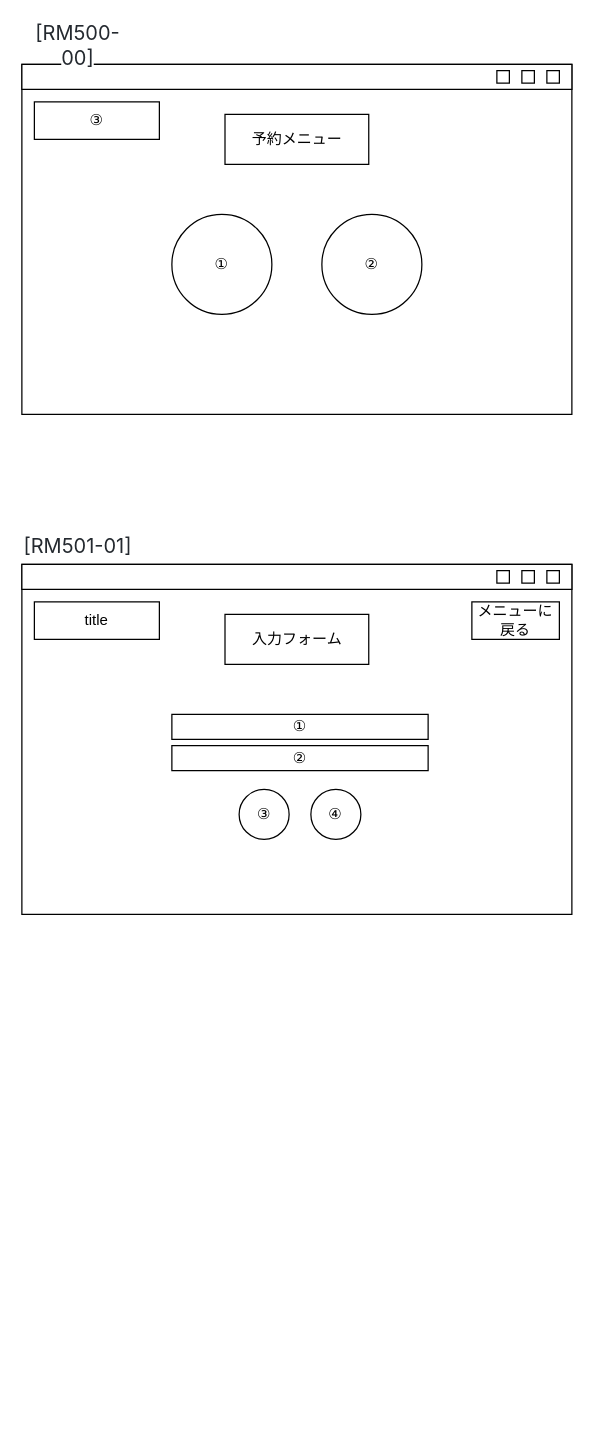
Earlier version of the draw.io diagram Documents/20_外部設計/22_画面レイアウト設計/画面レイアウト設計書/drawio/RM.dwaio.drawio (charlie24403/Librarians). Source tidied: cells renumbered, new cells numbered last; positions are measured from the earlier drawing's top-left corner, leaving out a move shared by most shapes. Both pictures are drawn from the tidied source at 125%, with x=0, y=0 at pixel (21, 26).
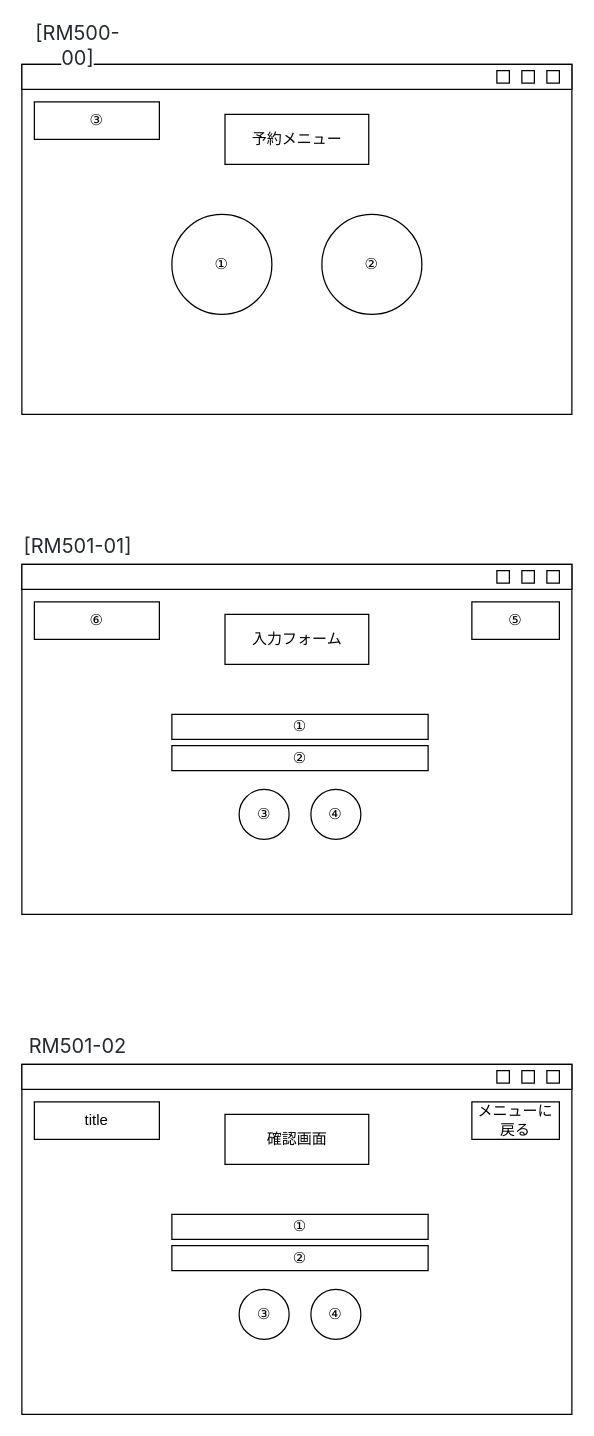
The same page after the edit.

The edit, as a diff of the source:
```diff
@@
-    <mxCell id="17" value="title" style="rounded=0;whiteSpace=wrap;html=1;" parent="1" vertex="1">
+    <mxCell id="17" value="⑥" style="rounded=0;whiteSpace=wrap;html=1;" parent="1" vertex="1">
       <mxGeometry x="10" y="460" width="100" height="30" as="geometry" />
     </mxCell>
@@
-    <mxCell id="20" value="メニューに戻る" style="rounded=0;whiteSpace=wrap;html=1;" parent="1" vertex="1">
+    <mxCell id="20" value="⑤" style="rounded=0;whiteSpace=wrap;html=1;" parent="1" vertex="1">
       <mxGeometry x="360" y="460" width="70" height="30" as="geometry" />
     </mxCell>
@@
+    <mxCell id="25" style="rounded=0;whiteSpace=wrap;html=1;" parent="1" vertex="1">
+      <mxGeometry y="830" width="440" height="280" as="geometry" />
+    </mxCell>
+    <mxCell id="26" style="rounded=0;whiteSpace=wrap;html=1;" parent="1" vertex="1">
+      <mxGeometry y="830" width="440" height="20" as="geometry" />
+    </mxCell>
+    <mxCell id="27" style="rounded=0;whiteSpace=wrap;html=1;" parent="1" vertex="1">
+      <mxGeometry x="400" y="835" width="10" height="10" as="geometry" />
+    </mxCell>
+    <mxCell id="28" style="rounded=0;whiteSpace=wrap;html=1;" parent="1" vertex="1">
+      <mxGeometry x="420" y="835" width="10" height="10" as="geometry" />
+    </mxCell>
+    <mxCell id="29" style="rounded=0;whiteSpace=wrap;html=1;" parent="1" vertex="1">
+      <mxGeometry x="380" y="835" width="10" height="10" as="geometry" />
+    </mxCell>
+    <mxCell id="30" value="title" style="rounded=0;whiteSpace=wrap;html=1;" parent="1" vertex="1">
+      <mxGeometry x="10" y="860" width="100" height="30" as="geometry" />
+    </mxCell>
+    <mxCell id="31" value="確認画面" style="rounded=0;whiteSpace=wrap;html=1;" parent="1" vertex="1">
+      <mxGeometry x="162.5" y="870" width="115" height="40" as="geometry" />
+    </mxCell>
+    <mxCell id="32" value="&lt;span style=&quot;color: rgb(36, 41, 47); font-family: -apple-system, BlinkMacSystemFont, &amp;quot;Segoe UI&amp;quot;, Helvetica, Arial, sans-serif, &amp;quot;Apple Color Emoji&amp;quot;, &amp;quot;Segoe UI Emoji&amp;quot;; font-size: 16px; text-align: left; background-color: rgb(255, 255, 255);&quot;&gt;RM501-02&lt;/span&gt;" style="text;html=1;strokeColor=none;fillColor=none;align=center;verticalAlign=middle;whiteSpace=wrap;rounded=0;" parent="1" vertex="1">
+      <mxGeometry y="800" width="90" height="30" as="geometry" />
+    </mxCell>
+    <mxCell id="33" value="メニューに戻る" style="rounded=0;whiteSpace=wrap;html=1;" parent="1" vertex="1">
+      <mxGeometry x="360" y="860" width="70" height="30" as="geometry" />
+    </mxCell>
+    <mxCell id="34" value="①" style="rounded=0;whiteSpace=wrap;html=1;" parent="1" vertex="1">
+      <mxGeometry x="120" y="950" width="205" height="20" as="geometry" />
+    </mxCell>
+    <mxCell id="35" value="②" style="rounded=0;whiteSpace=wrap;html=1;" parent="1" vertex="1">
+      <mxGeometry x="120" y="975" width="205" height="20" as="geometry" />
+    </mxCell>
+    <mxCell id="36" value="③" style="ellipse;whiteSpace=wrap;html=1;" parent="1" vertex="1">
+      <mxGeometry x="173.8" y="1010" width="40" height="40" as="geometry" />
+    </mxCell>
+    <mxCell id="37" value="④" style="ellipse;whiteSpace=wrap;html=1;" parent="1" vertex="1">
+      <mxGeometry x="231.2" y="1010" width="40" height="40" as="geometry" />
+    </mxCell>
```
